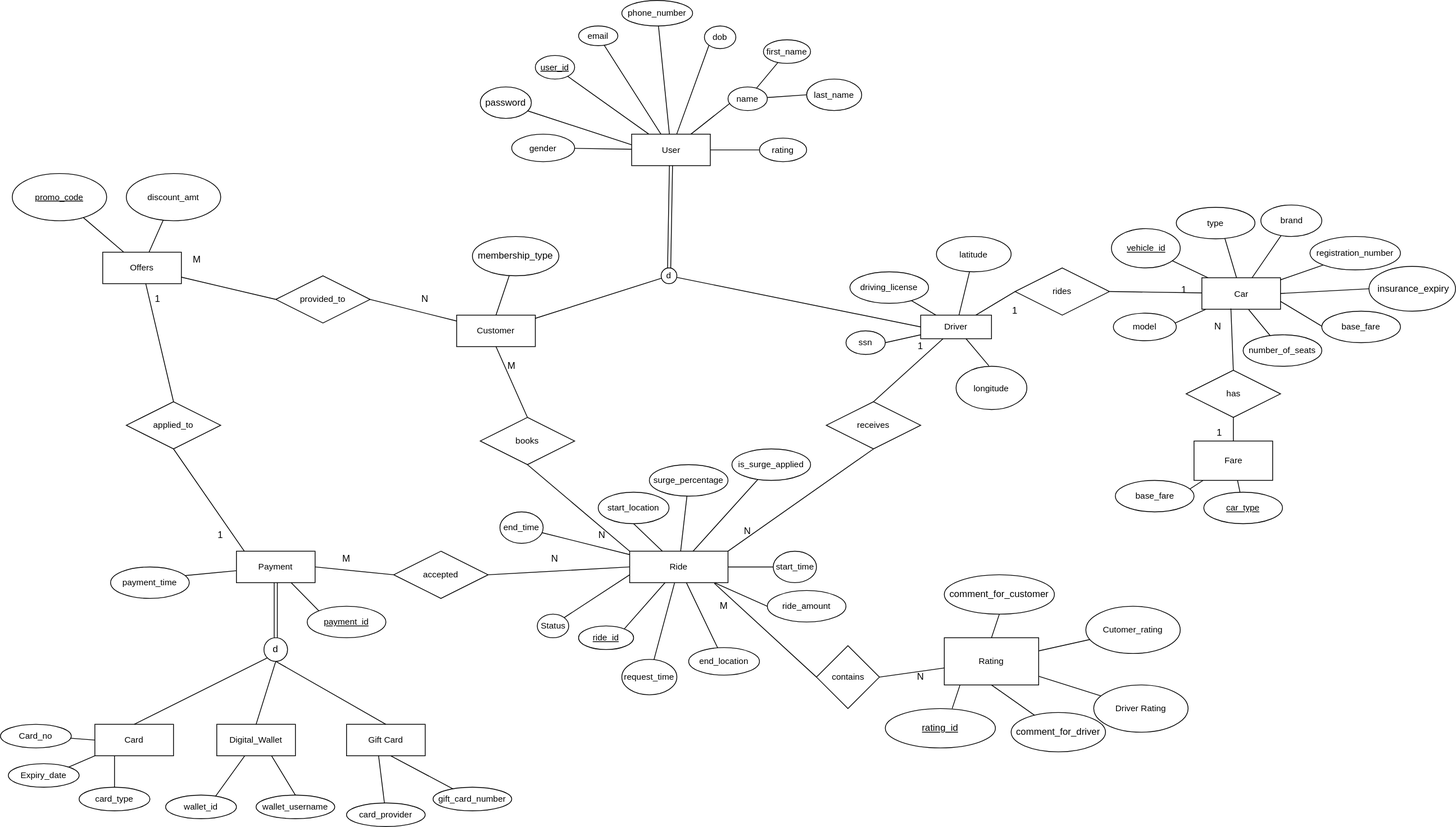
NandhiniPeriyasamy13/Uber-backend-database-design keeps this draw.io diagram as Uber backend.svg. Above is the earlier version. Source tidied: cells renumbered, new cells last; positions are measured from the earlier drawing's top-left corner, leaving out a move shared by most shapes.
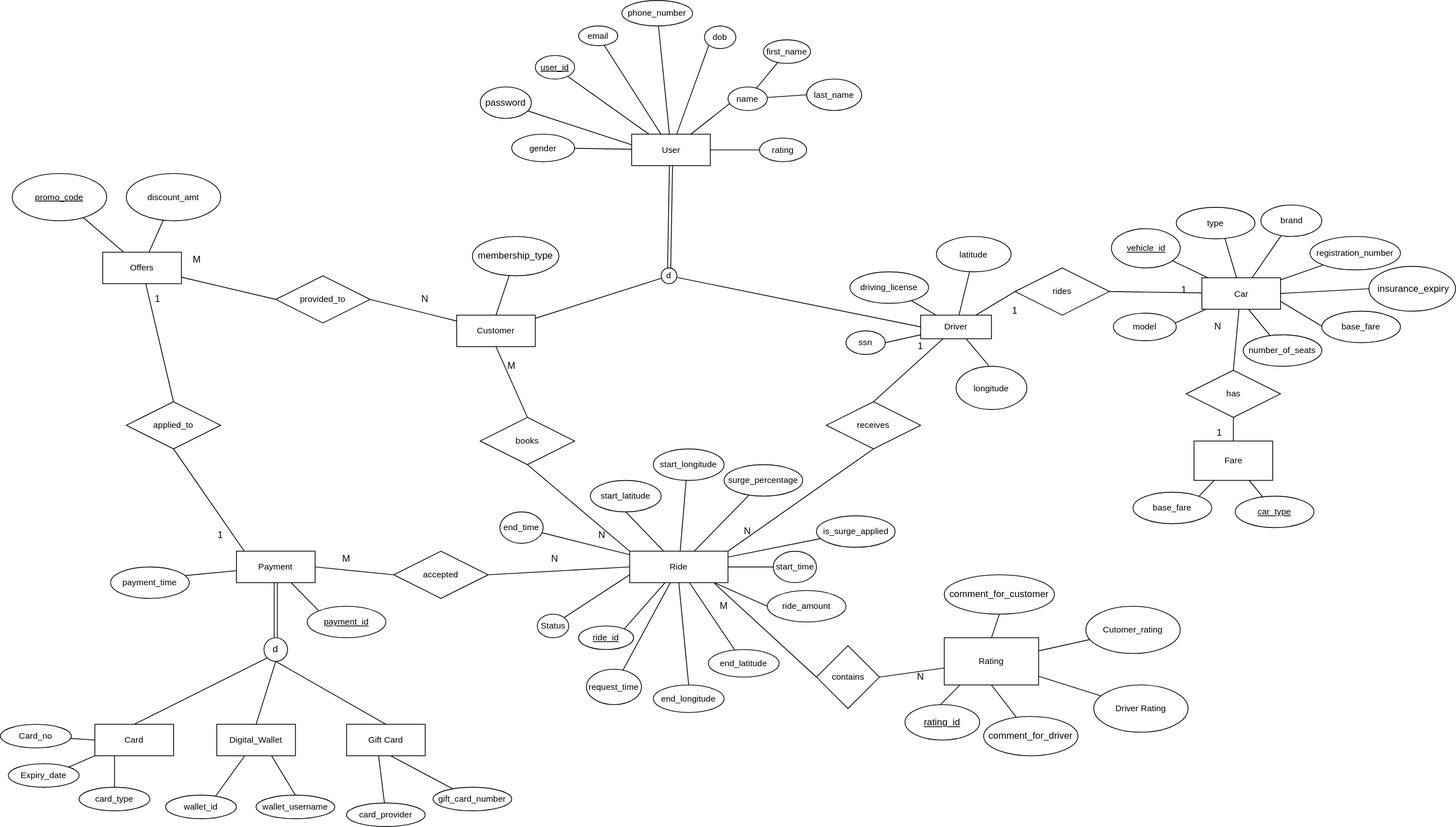
The same file after the commit.

What changed in the source:
```diff
@@ -2,8 +2,8 @@
   <root>
     <mxCell id="0" />
     <mxCell id="1" parent="0" />
-    <mxCell id="2" style="ellipse;whiteSpace=wrap;html=1;" parent="1" vertex="1">
-      <mxGeometry x="1125" y="900" width="140" height="50" as="geometry" />
+    <mxCell id="2" value="&lt;u&gt;rating_id&lt;/u&gt;" style="ellipse;whiteSpace=wrap;html=1;" parent="1" vertex="1">
+      <mxGeometry x="1150" y="895" width="95" height="45" as="geometry" />
     </mxCell>
     <mxCell id="3" style="rounded=0;jettySize=auto;html=1;endFill=0;endArrow=none;startFill=0;" parent="1" edge="1" source="10" target="33">
       <mxGeometry relative="1" as="geometry" />
@@ -272,14 +272,14 @@
     <mxCell id="89" value="&lt;u&gt;vehicle_id&lt;/u&gt;" style="ellipse;whiteSpace=wrap;html=1;align=center;rounded=0;fontSize=11;labelBackgroundColor=#ffffff;endFill=0;startFill=0;" parent="1" vertex="1">
       <mxGeometry x="1412.5" y="290" width="87.5" height="50" as="geometry" />
     </mxCell>
-    <mxCell id="90" value="start_location" style="ellipse;whiteSpace=wrap;html=1;align=center;rounded=0;fontSize=11;labelBackgroundColor=#ffffff;endFill=0;startFill=0;" parent="1" vertex="1">
-      <mxGeometry x="760" y="625" width="90" height="40" as="geometry" />
+    <mxCell id="90" value="start_latitude" style="ellipse;whiteSpace=wrap;html=1;align=center;rounded=0;fontSize=11;labelBackgroundColor=#ffffff;endFill=0;startFill=0;" parent="1" vertex="1">
+      <mxGeometry x="750" y="610" width="90" height="40" as="geometry" />
     </mxCell>
     <mxCell id="91" value="&lt;u&gt;ride_id&lt;/u&gt;" style="ellipse;whiteSpace=wrap;html=1;align=center;rounded=0;fontSize=11;labelBackgroundColor=#ffffff;endFill=0;startFill=0;" parent="1" vertex="1">
       <mxGeometry x="735" y="795" width="70" height="30" as="geometry" />
     </mxCell>
-    <mxCell id="92" value="end_location" style="ellipse;whiteSpace=wrap;html=1;align=center;rounded=0;fontSize=11;labelBackgroundColor=#ffffff;endFill=0;startFill=0;" parent="1" vertex="1">
-      <mxGeometry x="875" y="822.5" width="90" height="35" as="geometry" />
+    <mxCell id="92" value="end_latitude" style="ellipse;whiteSpace=wrap;html=1;align=center;rounded=0;fontSize=11;labelBackgroundColor=#ffffff;endFill=0;startFill=0;" parent="1" vertex="1">
+      <mxGeometry x="900" y="825" width="90" height="35" as="geometry" />
     </mxCell>
     <mxCell id="93" value="start_time" style="ellipse;whiteSpace=wrap;html=1;align=center;rounded=0;fontSize=11;labelBackgroundColor=#ffffff;endFill=0;startFill=0;" parent="1" vertex="1">
       <mxGeometry x="982.5" y="700" width="55" height="40" as="geometry" />
@@ -288,13 +288,13 @@
       <mxGeometry x="635" y="650" width="55" height="40" as="geometry" />
     </mxCell>
     <mxCell id="95" value="request_time" style="ellipse;whiteSpace=wrap;html=1;align=center;rounded=0;fontSize=11;labelBackgroundColor=#ffffff;endFill=0;startFill=0;" parent="1" vertex="1">
-      <mxGeometry x="790" y="837.5" width="70" height="45" as="geometry" />
+      <mxGeometry x="745" y="850" width="70" height="45" as="geometry" />
     </mxCell>
     <mxCell id="96" value="is_surge_applied" style="ellipse;whiteSpace=wrap;html=1;align=center;rounded=0;fontSize=11;labelBackgroundColor=#ffffff;endFill=0;startFill=0;" parent="1" vertex="1">
-      <mxGeometry x="930" y="570" width="100" height="40" as="geometry" />
+      <mxGeometry x="1037.5" y="655" width="100" height="40" as="geometry" />
     </mxCell>
     <mxCell id="97" value="surge_percentage" style="ellipse;whiteSpace=wrap;html=1;align=center;rounded=0;fontSize=11;labelBackgroundColor=#ffffff;endFill=0;startFill=0;" parent="1" vertex="1">
-      <mxGeometry x="825" y="590" width="100" height="40" as="geometry" />
+      <mxGeometry x="920" y="590" width="100" height="40" as="geometry" />
     </mxCell>
     <mxCell id="98" style="rounded=0;jettySize=auto;html=1;endFill=0;endArrow=none;startFill=0;exitX=0.5;exitY=1;exitDx=0;exitDy=0;" parent="1" edge="1" source="99" target="102">
       <mxGeometry relative="1" as="geometry" />
@@ -312,10 +312,10 @@
       <mxGeometry x="1517.5" y="560" width="100" height="50" as="geometry" />
     </mxCell>
     <mxCell id="103" value="&lt;u&gt;car_type&lt;/u&gt;" style="ellipse;whiteSpace=wrap;html=1;align=center;rounded=0;fontSize=11;labelBackgroundColor=#ffffff;endFill=0;startFill=0;" parent="1" vertex="1">
-      <mxGeometry x="1530" y="625" width="100" height="40" as="geometry" />
+      <mxGeometry x="1570" y="630" width="100" height="40" as="geometry" />
     </mxCell>
     <mxCell id="104" value="base_fare" style="ellipse;whiteSpace=wrap;html=1;align=center;rounded=0;fontSize=11;labelBackgroundColor=#ffffff;endFill=0;startFill=0;" parent="1" vertex="1">
-      <mxGeometry x="1417.5" y="610" width="100" height="40" as="geometry" />
+      <mxGeometry x="1440" y="625" width="100" height="40" as="geometry" />
     </mxCell>
     <mxCell id="105" value="ride_amount" style="ellipse;whiteSpace=wrap;html=1;align=center;rounded=0;fontSize=11;labelBackgroundColor=#ffffff;endFill=0;startFill=0;" parent="1" vertex="1">
       <mxGeometry x="975" y="750" width="100" height="40" as="geometry" />
@@ -391,7 +391,7 @@
     <mxCell id="128" value="base_fare" style="ellipse;whiteSpace=wrap;html=1;rounded=0;fontSize=11;labelBackgroundColor=#ffffff;endFill=0;startFill=0;" parent="1" vertex="1">
       <mxGeometry x="1680" y="395" width="100" height="40" as="geometry" />
     </mxCell>
-    <mxCell id="129" style="endArrow=none;html=1;rounded=0;exitX=0.369;exitY=0.978;exitDx=0;exitDy=0;entryX=0.5;entryY=0;entryDx=0;entryDy=0;exitPerimeter=0;" parent="1" edge="1" source="58" target="99">
+    <mxCell id="129" style="endArrow=none;html=1;rounded=0;exitX=0.472;exitY=0.997;exitDx=0;exitDy=0;entryX=0.5;entryY=0;entryDx=0;entryDy=0;exitPerimeter=0;" parent="1" edge="1" source="58" target="99">
       <mxGeometry relative="1" as="geometry" />
     </mxCell>
     <mxCell id="130" value="N" style="text;html=1;strokeColor=none;fillColor=none;align=center;verticalAlign=middle;whiteSpace=wrap;rounded=0;" parent="1" vertex="1">
@@ -493,7 +493,7 @@
       <mxGeometry relative="1" as="geometry" />
     </mxCell>
     <mxCell id="159" value="comment_for_driver" style="ellipse;whiteSpace=wrap;html=1;" parent="1" vertex="1">
-      <mxGeometry x="1285" y="905" width="120" height="50" as="geometry" />
+      <mxGeometry x="1250" y="910" width="120" height="50" as="geometry" />
     </mxCell>
     <mxCell id="160" value="comment_for_customer" style="ellipse;whiteSpace=wrap;html=1;" parent="1" vertex="1">
       <mxGeometry x="1200" y="730" width="140" height="50" as="geometry" />
@@ -507,14 +507,24 @@
     <mxCell id="163" value="N" style="text;html=1;strokeColor=none;fillColor=none;align=center;verticalAlign=middle;whiteSpace=wrap;rounded=0;" parent="1" vertex="1">
       <mxGeometry x="685" y="700" width="40" height="20" as="geometry" />
     </mxCell>
-    <mxCell id="164" value="&lt;u style=&quot;font-size: 12px&quot;&gt;&lt;span style=&quot;font-size: 12px&quot;&gt;rating_id&lt;/span&gt;&lt;/u&gt;" style="shape=partialRectangle;html=1;whiteSpace=wrap;fillColor=none;top=0;left=0;bottom=0;right=0;overflow=hidden;fontSize=12;" parent="1" vertex="1">
-      <mxGeometry x="1155" y="905" width="80" height="40" as="geometry" />
-    </mxCell>
-    <mxCell id="165" style="endArrow=none;html=1;entryX=0.5;entryY=1;entryDx=0;entryDy=0;exitX=0.5;exitY=0;exitDx=0;exitDy=0;" parent="1" edge="1">
+    <mxCell id="165" style="endArrow=none;html=1;entryX=0.5;entryY=1;entryDx=0;entryDy=0;exitX=0.478;exitY=-0.004;exitDx=0;exitDy=0;exitPerimeter=0;" parent="1" edge="1" source="2">
       <mxGeometry relative="1" as="geometry">
-        <mxPoint x="1210" y="900" as="sourcePoint" />
         <mxPoint x="1220" y="870" as="targetPoint" />
       </mxGeometry>
     </mxCell>
+    <mxCell id="166" value="end_longitude" style="ellipse;whiteSpace=wrap;html=1;align=center;rounded=0;fontSize=11;labelBackgroundColor=#ffffff;endFill=0;startFill=0;" parent="1" vertex="1">
+      <mxGeometry x="830" y="870" width="90" height="35" as="geometry" />
+    </mxCell>
+    <mxCell id="167" style="rounded=0;jettySize=auto;html=1;startArrow=none;startFill=0;endArrow=none;endFill=0;entryX=0.5;entryY=0;entryDx=0;entryDy=0;exitX=0.5;exitY=1;exitDx=0;exitDy=0;" parent="1" edge="1" source="30" target="166">
+      <mxGeometry relative="1" as="geometry" />
+    </mxCell>
+    <mxCell id="168" value="start_longitude" style="ellipse;whiteSpace=wrap;html=1;align=center;rounded=0;fontSize=11;labelBackgroundColor=#ffffff;endFill=0;startFill=0;" parent="1" vertex="1">
+      <mxGeometry x="830" y="570" width="90" height="40" as="geometry" />
+    </mxCell>
+    <mxCell id="169" style="rounded=0;jettySize=auto;html=1;entryX=0.5;entryY=1;entryDx=0;entryDy=0;endFill=0;endArrow=none;startFill=0;" parent="1" edge="1" source="30">
+      <mxGeometry relative="1" as="geometry">
+        <mxPoint x="871.8" y="610" as="targetPoint" />
+      </mxGeometry>
+    </mxCell>
   </root>
 </mxGraphModel>
```
